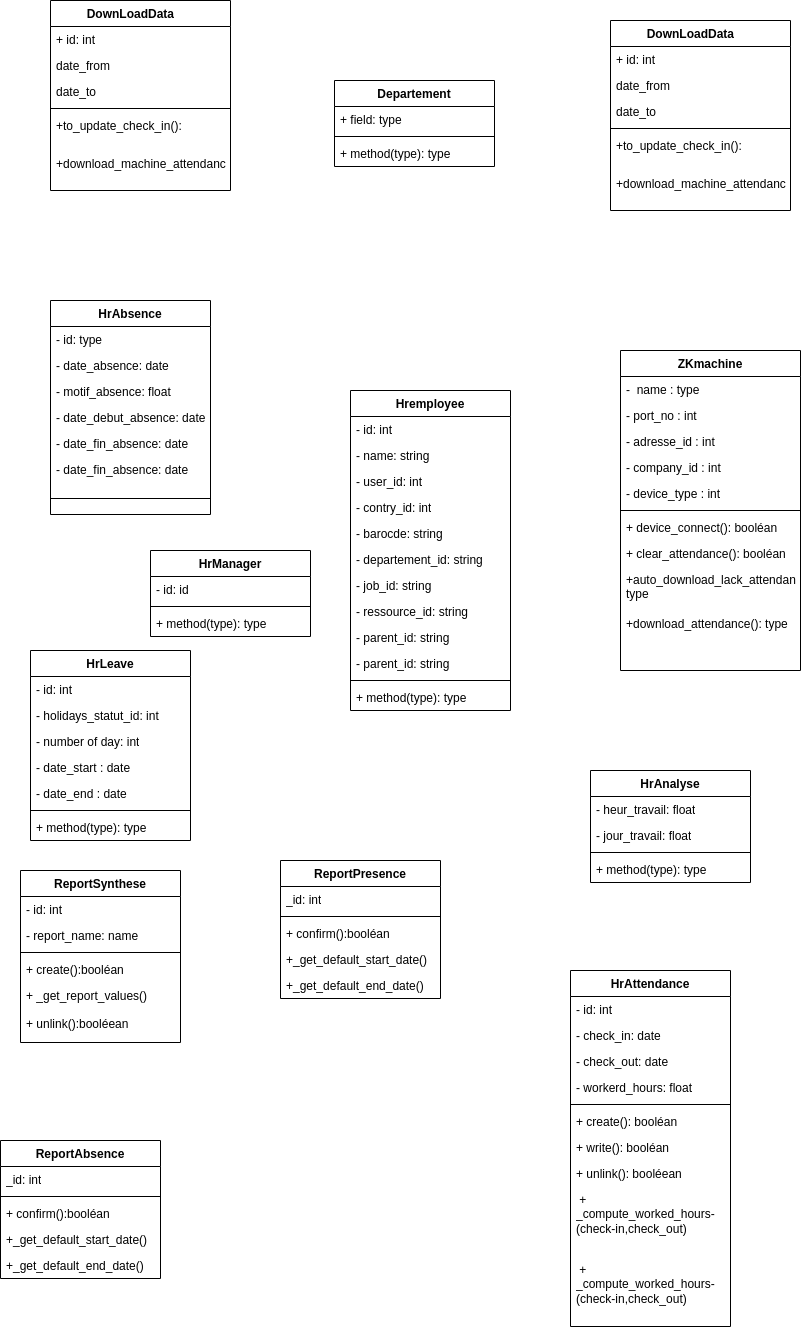
This is static/Diagramme de classe.drawio.png from Siluearsene/borne_biometrique, a draw.io export, as it was before one commit. Source tidied: cells renumbered, new cells last; positions are measured from the earlier drawing's top-left corner, leaving out a move shared by most shapes.
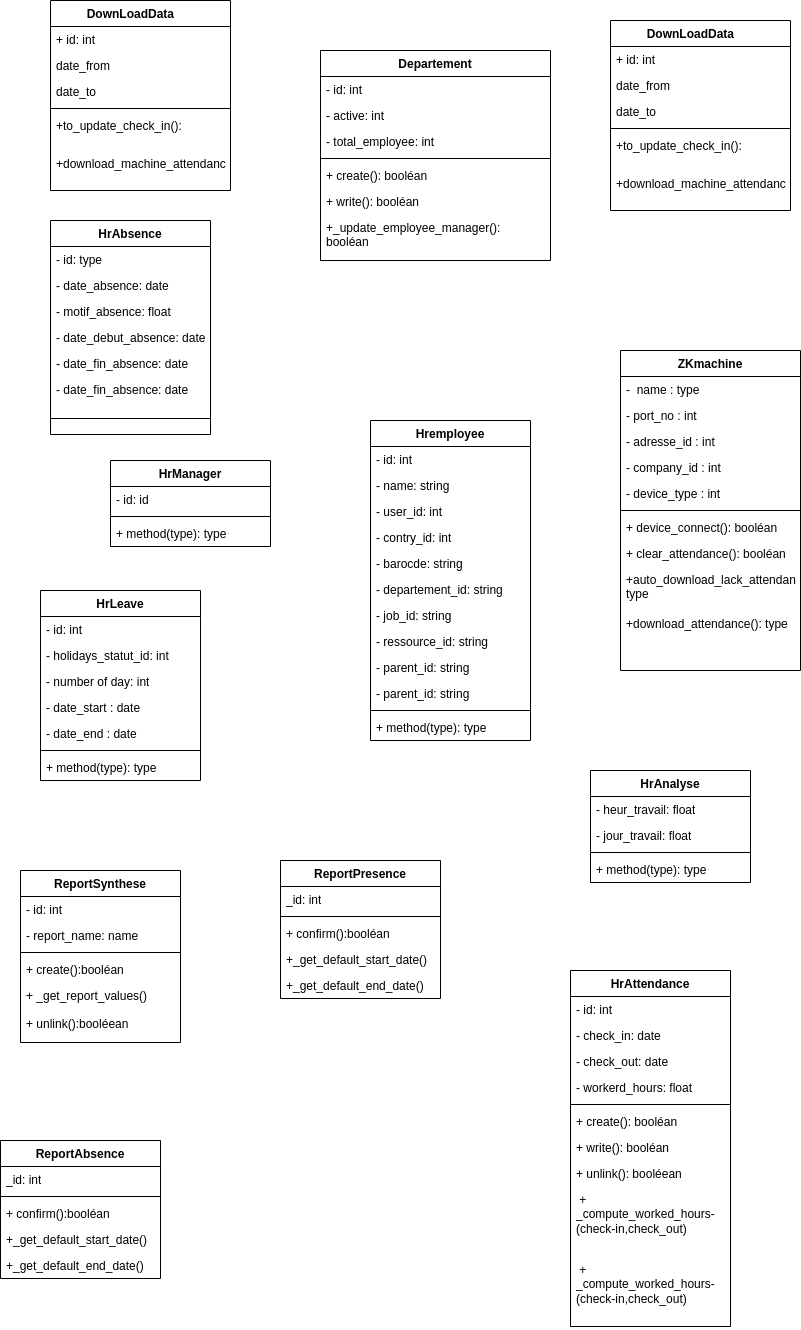
The same diagram one commit later.

Commit message:
Mettre à jour Diagramme de classe.drawio.png

Diff of the diagram source:
```diff
@@ -3,7 +3,7 @@
     <mxCell id="0" />
     <mxCell id="1" parent="0" />
     <mxCell id="2" value="HrAbsence" style="swimlane;fontStyle=1;align=center;verticalAlign=top;horizontal=1;startSize=26;whiteSpace=wrap;html=1;" parent="1" vertex="1">
-      <mxGeometry x="50" y="300" width="160" height="214" as="geometry" />
+      <mxGeometry x="50" y="220" width="160" height="214" as="geometry" />
     </mxCell>
     <mxCell id="3" value="- id: type" style="text;strokeColor=none;fillColor=none;align=left;verticalAlign=top;spacingLeft=4;spacingRight=4;overflow=hidden;whiteSpace=wrap;html=1;" parent="2" vertex="1">
       <mxGeometry y="26" width="160" height="26" as="geometry" />
@@ -60,7 +60,7 @@
       <mxGeometry y="260" width="180" height="60" as="geometry" />
     </mxCell>
     <mxCell id="21" value="HrLeave" style="swimlane;fontStyle=1;align=center;verticalAlign=top;horizontal=1;startSize=26;whiteSpace=wrap;html=1;" parent="1" vertex="1">
-      <mxGeometry x="30" y="650" width="160" height="190" as="geometry" />
+      <mxGeometry x="40" y="590" width="160" height="190" as="geometry" />
     </mxCell>
     <mxCell id="22" value="- id: int" style="text;strokeColor=none;fillColor=none;align=left;verticalAlign=top;spacingLeft=4;spacingRight=4;overflow=hidden;whiteSpace=wrap;html=1;" parent="21" vertex="1">
       <mxGeometry y="26" width="160" height="26" as="geometry" />
@@ -99,7 +99,7 @@
       <mxGeometry y="86" width="160" height="26" as="geometry" />
     </mxCell>
     <mxCell id="34" value="Hremployee" style="swimlane;fontStyle=1;align=center;verticalAlign=top;horizontal=1;startSize=26;whiteSpace=wrap;html=1;" parent="1" vertex="1">
-      <mxGeometry x="350" y="390" width="160" height="320" as="geometry" />
+      <mxGeometry x="370" y="420" width="160" height="320" as="geometry" />
     </mxCell>
     <mxCell id="35" value="- id: int" style="text;strokeColor=none;fillColor=none;align=left;verticalAlign=top;spacingLeft=4;spacingRight=4;overflow=hidden;whiteSpace=wrap;html=1;" parent="34" vertex="1">
       <mxGeometry y="26" width="160" height="26" as="geometry" />
@@ -270,7 +270,7 @@
       <mxGeometry y="112" width="160" height="26" as="geometry" />
     </mxCell>
     <mxCell id="91" value="HrManager" style="swimlane;fontStyle=1;align=center;verticalAlign=top;horizontal=1;startSize=26;whiteSpace=wrap;html=1;" parent="1" vertex="1">
-      <mxGeometry x="150" y="550" width="160" height="86" as="geometry" />
+      <mxGeometry x="110" y="460" width="160" height="86" as="geometry" />
     </mxCell>
     <mxCell id="92" value="- id: id" style="text;strokeColor=none;fillColor=none;align=left;verticalAlign=top;spacingLeft=4;spacingRight=4;overflow=hidden;whiteSpace=wrap;html=1;" parent="91" vertex="1">
       <mxGeometry y="26" width="160" height="26" as="geometry" />
@@ -282,16 +282,28 @@
       <mxGeometry y="60" width="160" height="26" as="geometry" />
     </mxCell>
     <mxCell id="95" value="Departement" style="swimlane;fontStyle=1;align=center;verticalAlign=top;horizontal=1;startSize=26;whiteSpace=wrap;html=1;" parent="1" vertex="1">
-      <mxGeometry x="334" y="80" width="160" height="86" as="geometry" />
+      <mxGeometry x="320" y="50" width="230" height="210" as="geometry" />
     </mxCell>
-    <mxCell id="96" value="+ field: type" style="text;strokeColor=none;fillColor=none;align=left;verticalAlign=top;spacingLeft=4;spacingRight=4;overflow=hidden;whiteSpace=wrap;html=1;" parent="95" vertex="1">
-      <mxGeometry y="26" width="160" height="26" as="geometry" />
+    <mxCell id="96" value="- id: int" style="text;strokeColor=none;fillColor=none;align=left;verticalAlign=top;spacingLeft=4;spacingRight=4;overflow=hidden;whiteSpace=wrap;html=1;" parent="95" vertex="1">
+      <mxGeometry y="26" width="230" height="26" as="geometry" />
     </mxCell>
+    <mxCell id="99" value="- active: int" style="text;strokeColor=none;fillColor=none;align=left;verticalAlign=top;spacingLeft=4;spacingRight=4;overflow=hidden;whiteSpace=wrap;html=1;" parent="95" vertex="1">
+      <mxGeometry y="52" width="230" height="26" as="geometry" />
+    </mxCell>
+    <mxCell id="100" value="- total_employee: int" style="text;strokeColor=none;fillColor=none;align=left;verticalAlign=top;spacingLeft=4;spacingRight=4;overflow=hidden;whiteSpace=wrap;html=1;" parent="95" vertex="1">
+      <mxGeometry y="78" width="230" height="26" as="geometry" />
+    </mxCell>
     <mxCell id="97" style="line;strokeWidth=1;fillColor=none;align=left;verticalAlign=middle;spacingTop=-1;spacingLeft=3;spacingRight=3;labelPosition=right;strokeColor=inherit;" parent="95" vertex="1">
-      <mxGeometry y="52" width="160" height="8" as="geometry" />
+      <mxGeometry y="104" width="230" height="8" as="geometry" />
     </mxCell>
-    <mxCell id="98" value="+ method(type): type" style="text;strokeColor=none;fillColor=none;align=left;verticalAlign=top;spacingLeft=4;spacingRight=4;overflow=hidden;whiteSpace=wrap;html=1;" parent="95" vertex="1">
-      <mxGeometry y="60" width="160" height="26" as="geometry" />
+    <mxCell id="98" value="+ create(): booléan" style="text;strokeColor=none;fillColor=none;align=left;verticalAlign=top;spacingLeft=4;spacingRight=4;overflow=hidden;whiteSpace=wrap;html=1;" parent="95" vertex="1">
+      <mxGeometry y="112" width="230" height="26" as="geometry" />
     </mxCell>
+    <mxCell id="101" value="+ write(): booléan" style="text;strokeColor=none;fillColor=none;align=left;verticalAlign=top;spacingLeft=4;spacingRight=4;overflow=hidden;whiteSpace=wrap;html=1;" parent="95" vertex="1">
+      <mxGeometry y="138" width="230" height="26" as="geometry" />
+    </mxCell>
+    <mxCell id="102" value="+_update_employee_manager&lt;span style=&quot;background-color: initial;&quot;&gt;(): booléan&lt;/span&gt;" style="text;strokeColor=none;fillColor=none;align=left;verticalAlign=top;spacingLeft=4;spacingRight=4;overflow=hidden;whiteSpace=wrap;html=1;" parent="95" vertex="1">
+      <mxGeometry y="164" width="230" height="46" as="geometry" />
+    </mxCell>
   </root>
 </mxGraphModel>
```
